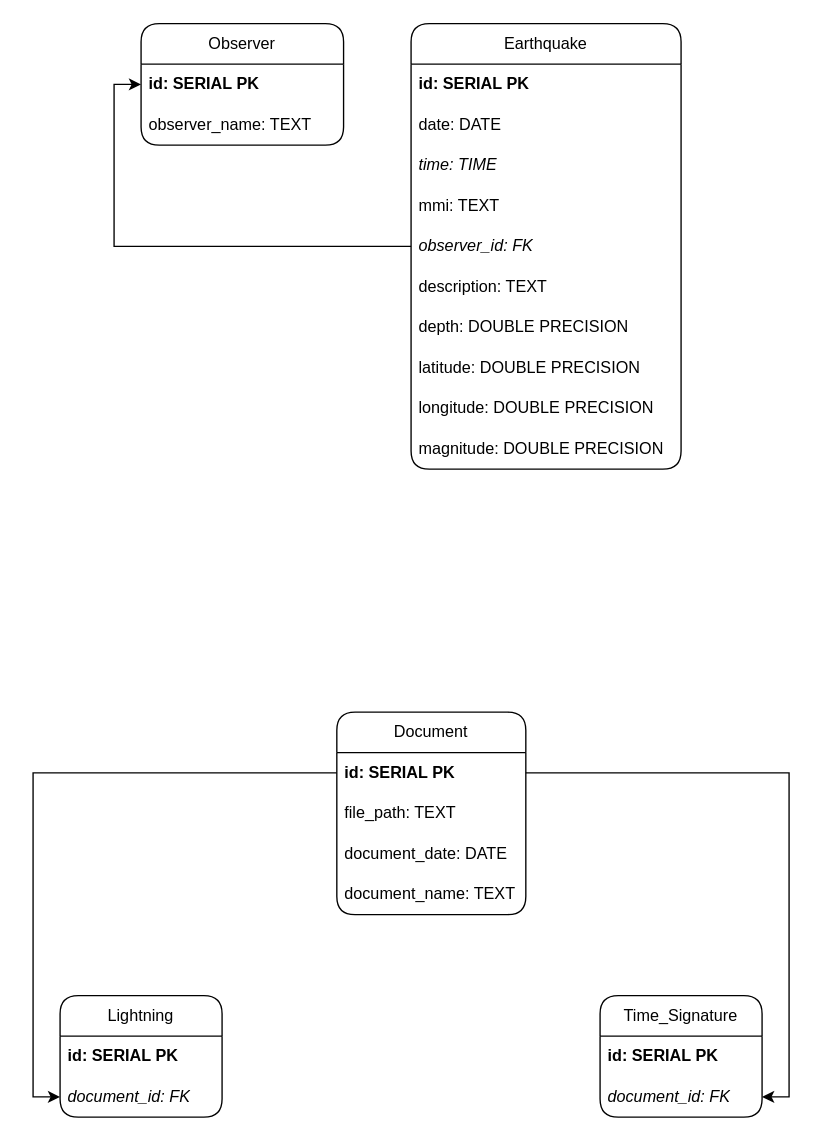
BhinnekaDev/DATABASE-LOKAL-GEOFISIKA-DATABASE keeps this draw.io diagram as page "ERD GEOFISIKA DATA" (1 of 20) of dba/Logika Geofisika Data.drawio. Above is the earlier version. Source tidied: cells renumbered, new cells numbered last; positions are measured from the earlier drawing's top-left corner, leaving out a move shared by most shapes. Both pictures are drawn from the tidied source at 135%, with x=0, y=0 at pixel (59, 23).
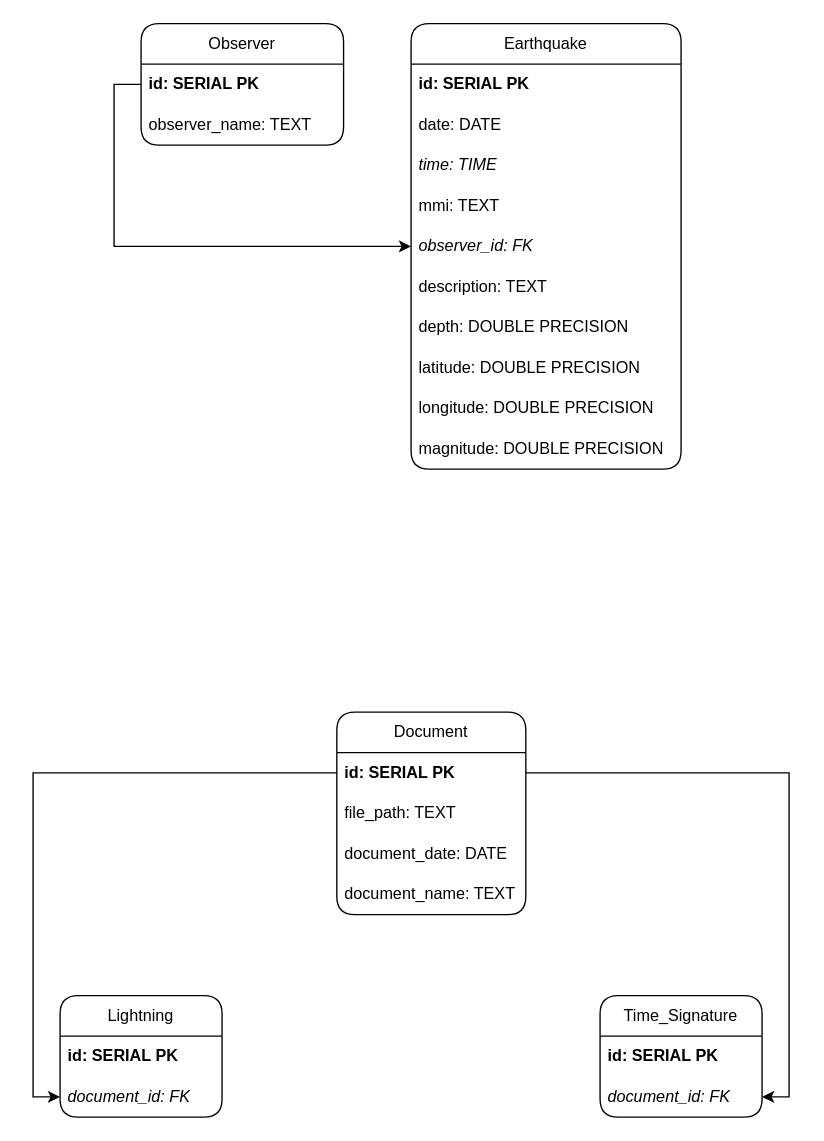
After the change.

Commit message:
fix: memperbaiki erd logika geofisika

The change refers to these unchanged cells:
```xml
<mxCell id="7" value="&lt;i&gt;observer_id: FK&lt;/i&gt;" style="text;strokeColor=none;fillColor=none;align=left;verticalAlign=middle;spacingLeft=4;spacingRight=4;overflow=hidden;points=[[0,0.5],[1,0.5]];portConstraint=eastwest;whiteSpace=wrap;html=1;labelBackgroundColor=none;rounded=1;" parent="2" vertex="1">
  <mxGeometry y="150" width="200" height="30" as="geometry" />
</mxCell>
<mxCell id="14" value="&lt;b&gt;id:&amp;nbsp;SERIAL PK&lt;/b&gt;" style="text;strokeColor=none;fillColor=none;align=left;verticalAlign=middle;spacingLeft=4;spacingRight=4;overflow=hidden;points=[[0,0.5],[1,0.5]];portConstraint=eastwest;whiteSpace=wrap;html=1;labelBackgroundColor=none;rounded=1;" parent="13" vertex="1">
  <mxGeometry y="30" width="150" height="30" as="geometry" />
</mxCell>
```

What changed in the source:
```diff
@@
-    <mxCell id="16" style="edgeStyle=orthogonalEdgeStyle;rounded=0;jettySize=auto;html=1;entryX=0;entryY=0.5;entryDx=0;entryDy=0;" parent="1" edge="1" source="7" target="14">
-      <mxGeometry relative="1" as="geometry" />
-    </mxCell>
@@
+    <mxCell id="30" style="edgeStyle=orthogonalEdgeStyle;rounded=0;jettySize=auto;html=1;exitX=0;exitY=0.5;exitDx=0;exitDy=0;" parent="1" edge="1" source="14" target="7">
+      <mxGeometry relative="1" as="geometry" />
+    </mxCell>
```
